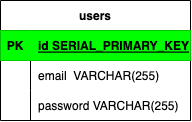
Above: test.drawio.png in snacksident/hallpass-logger (draw.io), before the change. Source tidied: cells renumbered, new cells last; positions are measured from the earlier drawing's top-left corner, leaving out a move shared by most shapes. The source it was exported from:
```xml
<mxGraphModel>
  <root>
    <mxCell id="0" />
    <mxCell id="1" parent="0" />
    <mxCell id="2" value="users" style="shape=table;startSize=30;rowLines=0;fontStyle=1;align=center;" parent="1" vertex="1">
      <mxGeometry width="190" height="120" as="geometry" />
    </mxCell>
    <mxCell id="3" style="shape=tableRow;horizontal=0;startSize=0;swimlaneHead=0;swimlaneBody=0;fillColor=#00FF00;points=[[0,0.5],[1,0.5]];portConstraint=eastwest;top=0;left=0;right=0;bottom=1;strokeColor=#009900;" parent="2" vertex="1">
      <mxGeometry y="30" width="190" height="30" as="geometry" />
    </mxCell>
    <mxCell id="4" value="PK" style="shape=partialRectangle;fillColor=#00FF00;top=0;left=0;bottom=0;right=0;fontStyle=1;overflow=hidden;strokeColor=#009900;" parent="3" vertex="1">
      <mxGeometry width="30" height="30" as="geometry" />
    </mxCell>
    <mxCell id="5" value="id SERIAL_PRIMARY_KEY" style="shape=partialRectangle;fillColor=#00FF00;top=0;left=0;bottom=0;right=0;align=left;spacingLeft=6;fontStyle=5;overflow=hidden;strokeColor=#009900;" parent="3" vertex="1">
      <mxGeometry x="30" width="160" height="30" as="geometry" />
    </mxCell>
    <mxCell id="6" style="shape=tableRow;horizontal=0;startSize=0;swimlaneHead=0;swimlaneBody=0;fillColor=none;top=0;left=0;right=0;bottom=0;" parent="2" vertex="1">
      <mxGeometry y="60" width="190" height="30" as="geometry" />
    </mxCell>
    <mxCell id="7" style="shape=partialRectangle;fillColor=none;top=0;left=0;bottom=0;right=0;overflow=hidden;" parent="6" vertex="1">
      <mxGeometry width="30" height="30" as="geometry" />
    </mxCell>
    <mxCell id="8" value="email  VARCHAR(255)" style="shape=partialRectangle;fillColor=none;top=0;left=0;bottom=0;right=0;align=left;spacingLeft=6;overflow=hidden;" parent="6" vertex="1">
      <mxGeometry x="30" width="160" height="30" as="geometry" />
    </mxCell>
    <mxCell id="9" style="shape=tableRow;horizontal=0;startSize=0;swimlaneHead=0;swimlaneBody=0;fillColor=none;top=0;left=0;right=0;bottom=0;" parent="2" vertex="1">
      <mxGeometry y="90" width="190" height="30" as="geometry" />
    </mxCell>
    <mxCell id="10" style="shape=partialRectangle;fillColor=none;top=0;left=0;bottom=0;right=0;overflow=hidden;" parent="9" vertex="1">
      <mxGeometry width="30" height="30" as="geometry" />
    </mxCell>
    <mxCell id="11" value="password VARCHAR(255)" style="shape=partialRectangle;fillColor=none;top=0;left=0;bottom=0;right=0;align=left;spacingLeft=6;overflow=hidden;" parent="9" vertex="1">
      <mxGeometry x="30" width="160" height="30" as="geometry" />
    </mxCell>
  </root>
</mxGraphModel>
```
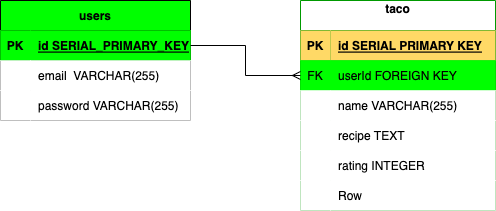
The same diagram one commit later.

Diff of the diagram source:
```diff
@@ -2,7 +2,7 @@
   <root>
     <mxCell id="0" />
     <mxCell id="1" parent="0" />
-    <mxCell id="2" value="users" style="shape=table;startSize=30;rowLines=0;fontStyle=1;align=center;" parent="1" vertex="1">
+    <mxCell id="2" value="users" style="shape=table;startSize=30;rowLines=0;fontStyle=1;align=center;fillColor=#00FF00;" parent="1" vertex="1">
       <mxGeometry width="190" height="120" as="geometry" />
     </mxCell>
     <mxCell id="3" style="shape=tableRow;horizontal=0;startSize=0;swimlaneHead=0;swimlaneBody=0;fillColor=#00FF00;points=[[0,0.5],[1,0.5]];portConstraint=eastwest;top=0;left=0;right=0;bottom=1;strokeColor=#009900;" parent="2" vertex="1">
@@ -14,23 +14,83 @@
     <mxCell id="5" value="id SERIAL_PRIMARY_KEY" style="shape=partialRectangle;fillColor=#00FF00;top=0;left=0;bottom=0;right=0;align=left;spacingLeft=6;fontStyle=5;overflow=hidden;strokeColor=#009900;" parent="3" vertex="1">
       <mxGeometry x="30" width="160" height="30" as="geometry" />
     </mxCell>
-    <mxCell id="6" style="shape=tableRow;horizontal=0;startSize=0;swimlaneHead=0;swimlaneBody=0;fillColor=none;top=0;left=0;right=0;bottom=0;" parent="2" vertex="1">
+    <mxCell id="6" style="shape=tableRow;horizontal=0;startSize=0;swimlaneHead=0;swimlaneBody=0;fillColor=#FFFFFF;top=0;left=0;right=0;bottom=0;" parent="2" vertex="1">
       <mxGeometry y="60" width="190" height="30" as="geometry" />
     </mxCell>
-    <mxCell id="7" style="shape=partialRectangle;fillColor=none;top=0;left=0;bottom=0;right=0;overflow=hidden;" parent="6" vertex="1">
+    <mxCell id="7" style="shape=partialRectangle;fillColor=#FFFFFF;top=0;left=0;bottom=0;right=0;overflow=hidden;" parent="6" vertex="1">
       <mxGeometry width="30" height="30" as="geometry" />
     </mxCell>
-    <mxCell id="8" value="email  VARCHAR(255)" style="shape=partialRectangle;fillColor=none;top=0;left=0;bottom=0;right=0;align=left;spacingLeft=6;overflow=hidden;" parent="6" vertex="1">
+    <mxCell id="8" value="email  VARCHAR(255)" style="shape=partialRectangle;fillColor=#FFFFFF;top=0;left=0;bottom=0;right=0;align=left;spacingLeft=6;overflow=hidden;" parent="6" vertex="1">
       <mxGeometry x="30" width="160" height="30" as="geometry" />
     </mxCell>
-    <mxCell id="9" style="shape=tableRow;horizontal=0;startSize=0;swimlaneHead=0;swimlaneBody=0;fillColor=none;top=0;left=0;right=0;bottom=0;" parent="2" vertex="1">
+    <mxCell id="9" style="shape=tableRow;horizontal=0;startSize=0;swimlaneHead=0;swimlaneBody=0;fillColor=#FFFFFF;top=0;left=0;right=0;bottom=0;" parent="2" vertex="1">
       <mxGeometry y="90" width="190" height="30" as="geometry" />
     </mxCell>
-    <mxCell id="10" style="shape=partialRectangle;fillColor=none;top=0;left=0;bottom=0;right=0;overflow=hidden;" parent="9" vertex="1">
+    <mxCell id="10" style="shape=partialRectangle;fillColor=#FFFFFF;top=0;left=0;bottom=0;right=0;overflow=hidden;" parent="9" vertex="1">
       <mxGeometry width="30" height="30" as="geometry" />
     </mxCell>
-    <mxCell id="11" value="password VARCHAR(255)" style="shape=partialRectangle;fillColor=none;top=0;left=0;bottom=0;right=0;align=left;spacingLeft=6;overflow=hidden;" parent="9" vertex="1">
+    <mxCell id="11" value="password VARCHAR(255)" style="shape=partialRectangle;fillColor=#FFFFFF;top=0;left=0;bottom=0;right=0;align=left;spacingLeft=6;overflow=hidden;" parent="9" vertex="1">
       <mxGeometry x="30" width="160" height="30" as="geometry" />
     </mxCell>
+    <mxCell id="12" value="taco&#10;" style="shape=table;startSize=30;rowLines=0;fontStyle=1;align=center;strokeColor=#009900;fillColor=#FFFFFF;" parent="1" vertex="1">
+      <mxGeometry x="300" width="195" height="210" as="geometry" />
+    </mxCell>
+    <mxCell id="13" style="shape=tableRow;horizontal=0;startSize=0;swimlaneHead=0;swimlaneBody=0;fillColor=none;top=0;left=0;right=0;bottom=1;strokeColor=#009900;" parent="12" vertex="1">
+      <mxGeometry y="30" width="195" height="30" as="geometry" />
+    </mxCell>
+    <mxCell id="14" value="PK" style="shape=partialRectangle;fillColor=#FFD966;top=0;left=0;bottom=0;right=0;fontStyle=1;overflow=hidden;strokeColor=#009900;" parent="13" vertex="1">
+      <mxGeometry width="30" height="30" as="geometry" />
+    </mxCell>
+    <mxCell id="15" value="id SERIAL PRIMARY KEY" style="shape=partialRectangle;fillColor=#FFD966;top=0;left=0;bottom=0;right=0;align=left;spacingLeft=6;fontStyle=5;overflow=hidden;strokeColor=#009900;" parent="13" vertex="1">
+      <mxGeometry x="30" width="165" height="30" as="geometry" />
+    </mxCell>
+    <mxCell id="16" style="shape=tableRow;horizontal=0;startSize=0;swimlaneHead=0;swimlaneBody=0;fillColor=#00FF00;points=[[0,0.5],[1,0.5]];portConstraint=eastwest;top=0;left=0;right=0;bottom=0;strokeColor=#009900;" parent="12" vertex="1">
+      <mxGeometry y="60" width="195" height="30" as="geometry" />
+    </mxCell>
+    <mxCell id="17" value="FK" style="shape=partialRectangle;fillColor=#00FF00;top=0;left=0;bottom=0;right=0;fontStyle=0;overflow=hidden;strokeColor=#009900;" parent="16" vertex="1">
+      <mxGeometry width="30" height="30" as="geometry" />
+    </mxCell>
+    <mxCell id="18" value="userId FOREIGN KEY" style="shape=partialRectangle;fillColor=#00FF00;top=0;left=0;bottom=0;right=0;align=left;spacingLeft=6;fontStyle=0;overflow=hidden;strokeColor=#009900;" parent="16" vertex="1">
+      <mxGeometry x="30" width="165" height="30" as="geometry" />
+    </mxCell>
+    <mxCell id="19" style="shape=tableRow;horizontal=0;startSize=0;swimlaneHead=0;swimlaneBody=0;fillColor=#FFFFFF;top=0;left=0;right=0;bottom=0;strokeColor=#009900;" parent="12" vertex="1">
+      <mxGeometry y="90" width="195" height="30" as="geometry" />
+    </mxCell>
+    <mxCell id="20" style="shape=partialRectangle;fillColor=#FFFFFF;top=0;left=0;bottom=0;right=0;overflow=hidden;strokeColor=#009900;" parent="19" vertex="1">
+      <mxGeometry width="30" height="30" as="geometry" />
+    </mxCell>
+    <mxCell id="21" value="name VARCHAR(255)" style="shape=partialRectangle;fillColor=#FFFFFF;top=0;left=0;bottom=0;right=0;align=left;spacingLeft=6;overflow=hidden;strokeColor=#009900;" parent="19" vertex="1">
+      <mxGeometry x="30" width="165" height="30" as="geometry" />
+    </mxCell>
+    <mxCell id="22" style="shape=tableRow;horizontal=0;startSize=0;swimlaneHead=0;swimlaneBody=0;fillColor=#FFFFFF;top=0;left=0;right=0;bottom=0;strokeColor=#009900;" parent="12" vertex="1">
+      <mxGeometry y="120" width="195" height="30" as="geometry" />
+    </mxCell>
+    <mxCell id="23" style="shape=partialRectangle;fillColor=#FFFFFF;top=0;left=0;bottom=0;right=0;overflow=hidden;strokeColor=#009900;" parent="22" vertex="1">
+      <mxGeometry width="30" height="30" as="geometry" />
+    </mxCell>
+    <mxCell id="24" value="recipe TEXT" style="shape=partialRectangle;fillColor=#FFFFFF;top=0;left=0;bottom=0;right=0;align=left;spacingLeft=6;overflow=hidden;strokeColor=#009900;" parent="22" vertex="1">
+      <mxGeometry x="30" width="165" height="30" as="geometry" />
+    </mxCell>
+    <mxCell id="25" style="shape=tableRow;horizontal=0;startSize=0;swimlaneHead=0;swimlaneBody=0;fillColor=#FFFFFF;top=0;left=0;right=0;bottom=0;strokeColor=#009900;" parent="12" vertex="1">
+      <mxGeometry y="150" width="195" height="30" as="geometry" />
+    </mxCell>
+    <mxCell id="26" style="shape=partialRectangle;fillColor=#FFFFFF;top=0;left=0;bottom=0;right=0;overflow=hidden;strokeColor=#009900;" parent="25" vertex="1">
+      <mxGeometry width="30" height="30" as="geometry" />
+    </mxCell>
+    <mxCell id="27" value="rating INTEGER" style="shape=partialRectangle;fillColor=#FFFFFF;top=0;left=0;bottom=0;right=0;align=left;spacingLeft=6;overflow=hidden;strokeColor=#009900;" parent="25" vertex="1">
+      <mxGeometry x="30" width="165" height="30" as="geometry" />
+    </mxCell>
+    <mxCell id="28" style="shape=tableRow;horizontal=0;startSize=0;swimlaneHead=0;swimlaneBody=0;fillColor=#FFFFFF;top=0;left=0;right=0;bottom=0;strokeColor=#009900;" parent="12" vertex="1">
+      <mxGeometry y="180" width="195" height="30" as="geometry" />
+    </mxCell>
+    <mxCell id="29" style="shape=partialRectangle;fillColor=#FFFFFF;top=0;left=0;bottom=0;right=0;overflow=hidden;strokeColor=#009900;" parent="28" vertex="1">
+      <mxGeometry width="30" height="30" as="geometry" />
+    </mxCell>
+    <mxCell id="30" value="Row" style="shape=partialRectangle;fillColor=#FFFFFF;top=0;left=0;bottom=0;right=0;align=left;spacingLeft=6;overflow=hidden;strokeColor=#009900;" parent="28" vertex="1">
+      <mxGeometry x="30" width="165" height="30" as="geometry" />
+    </mxCell>
+    <mxCell id="31" style="edgeStyle=orthogonalEdgeStyle;rounded=0;jettySize=auto;html=1;endArrow=ERmany;endFill=0;" parent="1" edge="1" source="3" target="16">
+      <mxGeometry relative="1" as="geometry" />
+    </mxCell>
   </root>
 </mxGraphModel>
```
